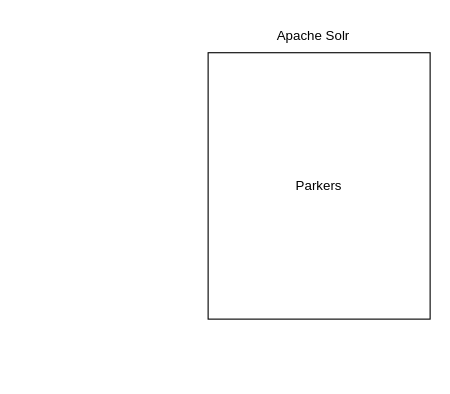
Above: drawio/Solr migration plan.drawio in jasonaughton/research (draw.io), before the change. Source tidied: cells renumbered, new cells numbered last; positions are measured from the earlier drawing's top-left corner, leaving out a move shared by most shapes. Both pictures are drawn from the tidied source at 111%, with x=0, y=0 at pixel (208, 19).
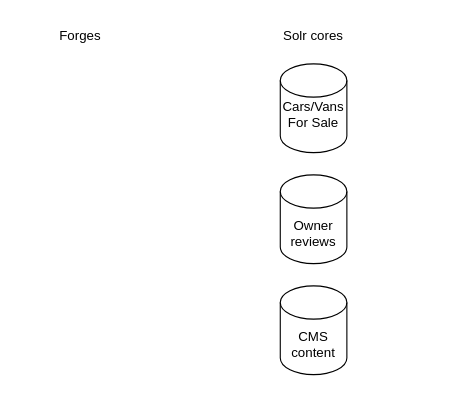
The same page after the edit.

The edit, as a diff of the source:
```diff
@@
 <mxGraphModel>
   <root>
     <mxCell id="0" />
     <mxCell id="1" parent="0" />
-    <mxCell id="2" value="Parkers" style="rounded=0;whiteSpace=wrap;html=1;" parent="1" vertex="1">
-      <mxGeometry y="30" width="200" height="240" as="geometry" />
-    </mxCell>
-    <mxCell id="3" value="Apache Solr" style="text;html=1;align=center;verticalAlign=middle;whiteSpace=wrap;rounded=0;" parent="1" vertex="1">
+    <mxCell id="3" value="Solr cores" style="text;html=1;align=center;verticalAlign=middle;whiteSpace=wrap;rounded=0;" parent="1" vertex="1">
       <mxGeometry x="40" width="110" height="30" as="geometry" />
     </mxCell>
+    <mxCell id="4" value="Cars/Vans For Sale&lt;div&gt;&lt;br&gt;&lt;/div&gt;" style="shape=cylinder3;whiteSpace=wrap;html=1;boundedLbl=1;backgroundOutline=1;size=15;" parent="1" vertex="1">
+      <mxGeometry x="65" y="40" width="60" height="80" as="geometry" />
+    </mxCell>
+    <mxCell id="5" value="&lt;div&gt;Owner reviews&lt;/div&gt;" style="shape=cylinder3;whiteSpace=wrap;html=1;boundedLbl=1;backgroundOutline=1;size=15;" parent="1" vertex="1">
+      <mxGeometry x="65" y="140" width="60" height="80" as="geometry" />
+    </mxCell>
+    <mxCell id="6" value="&lt;div&gt;CMS content&lt;/div&gt;" style="shape=cylinder3;whiteSpace=wrap;html=1;boundedLbl=1;backgroundOutline=1;size=15;" parent="1" vertex="1">
+      <mxGeometry x="65" y="240" width="60" height="80" as="geometry" />
+    </mxCell>
+    <mxCell id="7" value="Forges" style="text;html=1;align=center;verticalAlign=middle;whiteSpace=wrap;rounded=0;" parent="1" vertex="1">
+      <mxGeometry x="-170" width="110" height="30" as="geometry" />
+    </mxCell>
   </root>
 </mxGraphModel>
```
